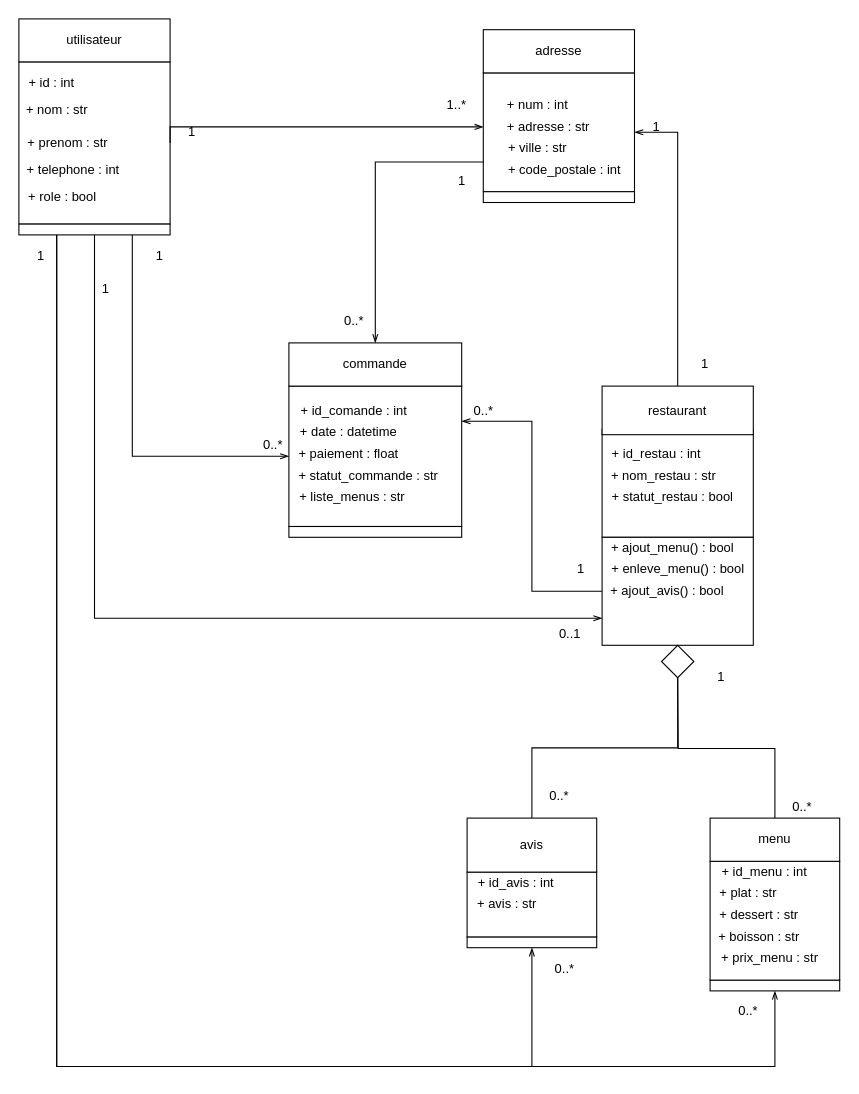
Above: diagrammes/diagramme_de_classes.drawio in TheAIWizard/Ensaeats (draw.io), before the change. Source tidied: cells renumbered, new cells numbered last; positions are measured from the earlier drawing's top-left corner, leaving out a move shared by most shapes. Both pictures are drawn from the tidied source at 108%, with x=0, y=0 at pixel (18, 18).
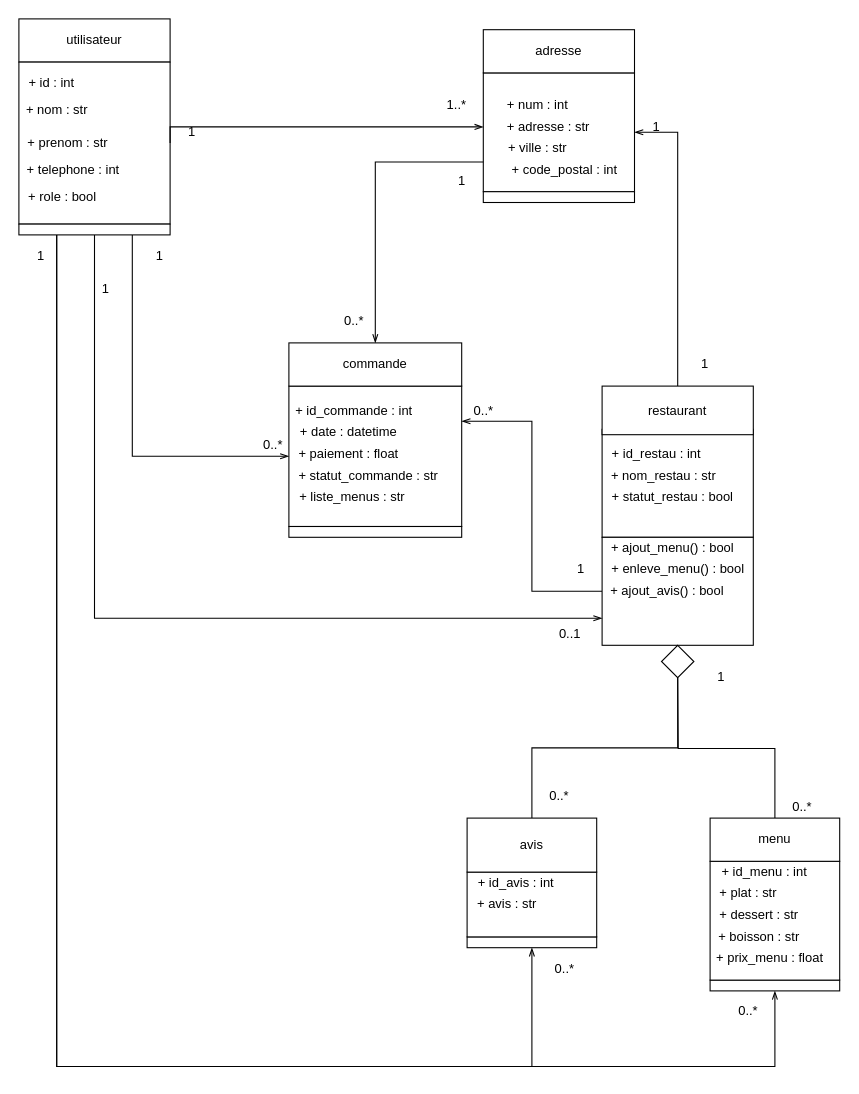
The same page after the edit.

The edit, as a diff of the source:
```diff
@@
-    <mxCell id="25" value="+ code_postale : int" style="text;html=1;align=center;verticalAlign=middle;strokeColor=none;" parent="1" vertex="1">
-      <mxGeometry x="445" y="130" width="120" height="20" as="geometry" />
+    <mxCell id="25" value="+ code_postal : int" style="text;html=1;align=center;verticalAlign=middle;strokeColor=none;" parent="1" vertex="1">
+      <mxGeometry x="450" y="130" width="110" height="20" as="geometry" />
     </mxCell>
@@
-    <mxCell id="50" value="+ id_comande : int" style="text;html=1;align=center;verticalAlign=middle;strokeColor=none;" parent="1" vertex="1">
-      <mxGeometry x="255" y="352.5" width="110" height="20" as="geometry" />
+    <mxCell id="50" value="+ id_commande : int" style="text;html=1;align=center;verticalAlign=middle;strokeColor=none;" parent="1" vertex="1">
+      <mxGeometry x="250" y="352.5" width="120" height="20" as="geometry" />
     </mxCell>
@@
-    <mxCell id="72" value="+ prix_menu : str" style="text;html=1;align=center;verticalAlign=middle;strokeColor=none;" parent="1" vertex="1">
+    <mxCell id="72" value="+ prix_menu : float" style="text;html=1;align=center;verticalAlign=middle;strokeColor=none;" parent="1" vertex="1">
       <mxGeometry x="640" y="860" width="110" height="20" as="geometry" />
     </mxCell>
```
